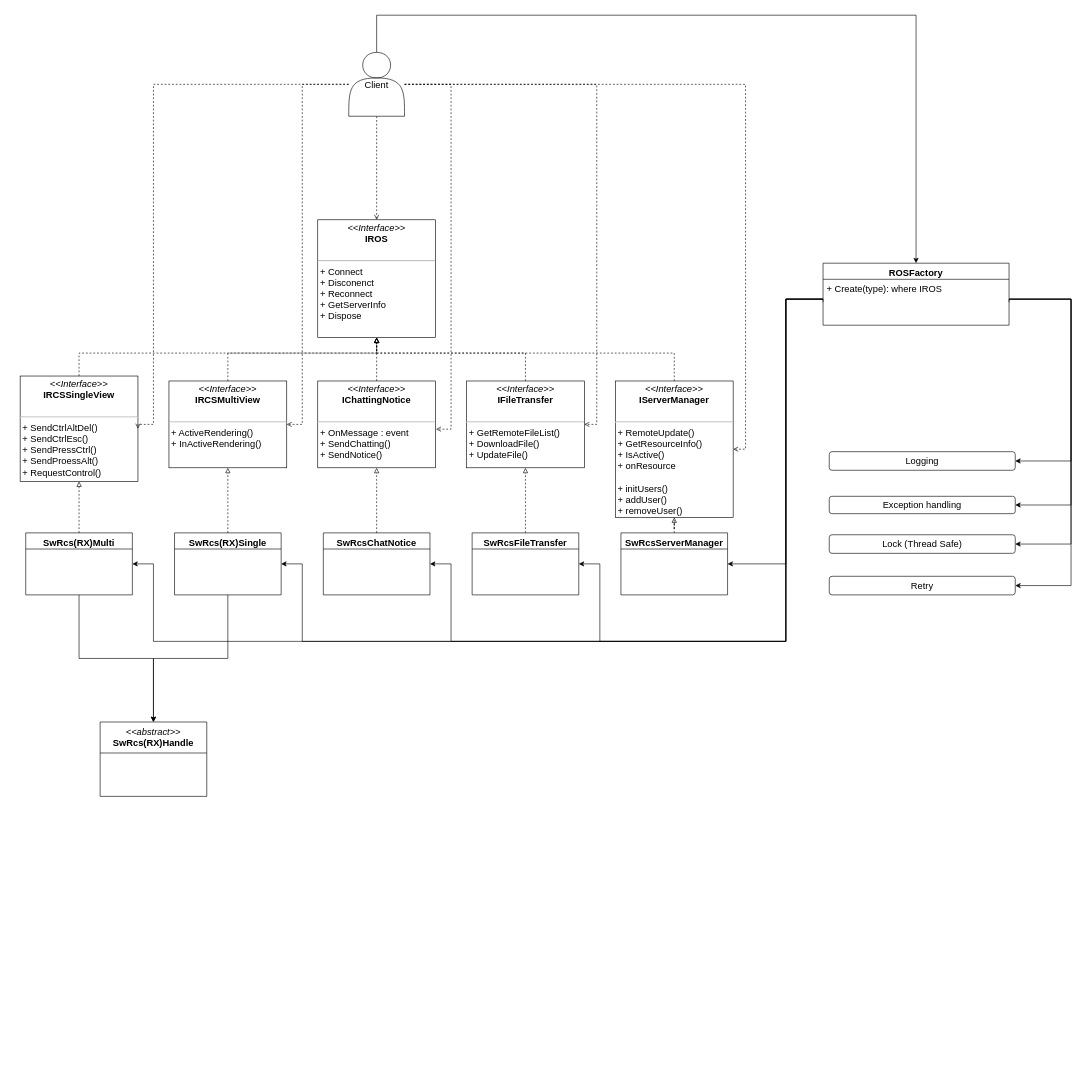
The draw.io diagram UML/mirero/C++/CLI/ROS_Interface.drawio in rhkdguskim/Study, before the edit. Source tidied: cells renumbered, new cells numbered last; positions are measured from the earlier drawing's top-left corner, leaving out a move shared by most shapes. Both pictures are drawn from the tidied source at 62%, with x=0, y=0 at pixel (20, 15).
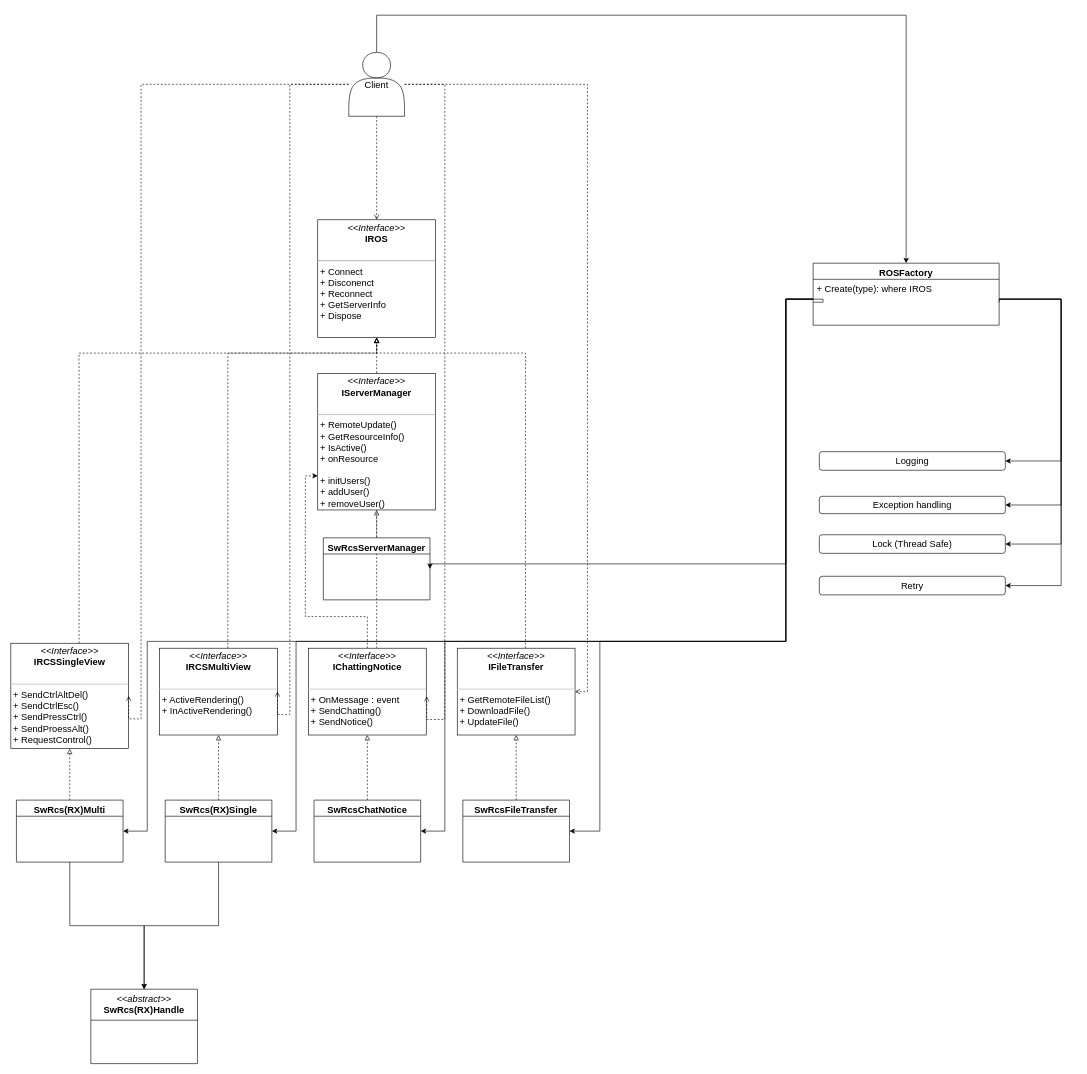
The same diagram, later.

Unchanged cells that the change refers to:
```xml
<mxCell id="2" value="&lt;p style=&quot;margin: 4px 0px 0px; text-align: center; font-size: 15px;&quot;&gt;&lt;i style=&quot;font-size: 15px;&quot;&gt;&amp;lt;&amp;lt;Interface&amp;gt;&amp;gt;&lt;/i&gt;&lt;br style=&quot;font-size: 15px;&quot;&gt;&lt;b style=&quot;font-size: 15px;&quot;&gt;IROS&lt;/b&gt;&lt;/p&gt;&lt;p style=&quot;margin: 0px 0px 0px 4px; font-size: 15px;&quot;&gt;&lt;br style=&quot;font-size: 15px;&quot;&gt;&lt;/p&gt;&lt;hr style=&quot;font-size: 15px;&quot;&gt;&lt;p style=&quot;margin: 0px 0px 0px 4px; font-size: 15px;&quot;&gt;+ Connect&lt;/p&gt;&lt;p style=&quot;margin: 0px 0px 0px 4px; font-size: 15px;&quot;&gt;+ Disconenct&lt;/p&gt;&lt;p style=&quot;margin: 0px 0px 0px 4px; font-size: 15px;&quot;&gt;+ Reconnect&lt;/p&gt;&lt;p style=&quot;margin: 0px 0px 0px 4px; font-size: 15px;&quot;&gt;+ GetServerInfo&lt;/p&gt;&lt;p style=&quot;margin: 0px 0px 0px 4px; font-size: 15px;&quot;&gt;+ Dispose&lt;/p&gt;" style="verticalAlign=top;align=left;overflow=fill;fontSize=15;fontFamily=Helvetica;html=1;rounded=0;shadow=0;comic=0;labelBackgroundColor=none;strokeWidth=1;" parent="1" vertex="1">
  <mxGeometry x="480" y="330" width="190" height="190" as="geometry" />
</mxCell>
<mxCell id="32" value="Client" style="shape=actor;whiteSpace=wrap;html=1;fontSize=15;" parent="1" vertex="1">
  <mxGeometry x="530" y="60" width="90" height="103" as="geometry" />
</mxCell>
<mxCell id="38" value="&lt;font style=&quot;font-size: 15px;&quot;&gt;+ Create(type): where IROS&lt;/font&gt;" style="text;strokeColor=none;fillColor=none;align=left;verticalAlign=top;spacingLeft=4;spacingRight=4;overflow=hidden;points=[[0,0.5],[1,0.5]];portConstraint=eastwest;whiteSpace=wrap;html=1;fontSize=15;" parent="37" vertex="1">
  <mxGeometry y="26" width="300" height="74" as="geometry" />
</mxCell>
```

Diff of the diagram source:
```diff
@@
     <mxCell id="4" value="&lt;p style=&quot;margin: 4px 0px 0px; text-align: center; font-size: 15px;&quot;&gt;&lt;i style=&quot;font-size: 15px;&quot;&gt;&amp;lt;&amp;lt;Interface&amp;gt;&amp;gt;&lt;/i&gt;&lt;br style=&quot;font-size: 15px;&quot;&gt;&lt;b style=&quot;font-size: 15px;&quot;&gt;IRCSSingleView&lt;/b&gt;&lt;/p&gt;&lt;p style=&quot;margin: 0px 0px 0px 4px; font-size: 15px;&quot;&gt;&lt;br style=&quot;font-size: 15px;&quot;&gt;&lt;/p&gt;&lt;hr style=&quot;font-size: 15px;&quot;&gt;&lt;p style=&quot;margin: 0px 0px 0px 4px; font-size: 15px;&quot;&gt;+ SendCtrlAltDel()&lt;/p&gt;&lt;p style=&quot;margin: 0px 0px 0px 4px; font-size: 15px;&quot;&gt;+ SendCtrlEsc()&lt;/p&gt;&lt;p style=&quot;margin: 0px 0px 0px 4px; font-size: 15px;&quot;&gt;+ SendPressCtrl()&lt;/p&gt;&lt;p style=&quot;margin: 0px 0px 0px 4px; font-size: 15px;&quot;&gt;+ SendProessAlt()&lt;/p&gt;&lt;p style=&quot;margin: 0px 0px 0px 4px; font-size: 15px;&quot;&gt;+ RequestControl()&lt;/p&gt;" style="verticalAlign=top;align=left;overflow=fill;fontSize=15;fontFamily=Helvetica;html=1;rounded=0;shadow=0;comic=0;labelBackgroundColor=none;strokeWidth=1;" parent="1" vertex="1">
-      <mxGeometry y="582" width="190" height="170" as="geometry" />
+      <mxGeometry x="-15" y="1013" width="190" height="170" as="geometry" />
     </mxCell>
@@
     <mxCell id="6" value="&lt;p style=&quot;margin: 4px 0px 0px; text-align: center; font-size: 15px;&quot;&gt;&lt;i style=&quot;font-size: 15px;&quot;&gt;&amp;lt;&amp;lt;Interface&amp;gt;&amp;gt;&lt;/i&gt;&lt;br style=&quot;font-size: 15px;&quot;&gt;&lt;b style=&quot;font-size: 15px;&quot;&gt;IRCSMultiView&lt;/b&gt;&lt;/p&gt;&lt;p style=&quot;margin: 0px 0px 0px 4px; font-size: 15px;&quot;&gt;&lt;br style=&quot;font-size: 15px;&quot;&gt;&lt;/p&gt;&lt;hr style=&quot;font-size: 15px;&quot;&gt;&lt;p style=&quot;margin: 0px 0px 0px 4px; font-size: 15px;&quot;&gt;+ ActiveRendering()&lt;/p&gt;&lt;p style=&quot;margin: 0px 0px 0px 4px; font-size: 15px;&quot;&gt;+ InActiveRendering()&lt;/p&gt;" style="verticalAlign=top;align=left;overflow=fill;fontSize=15;fontFamily=Helvetica;html=1;rounded=0;shadow=0;comic=0;labelBackgroundColor=none;strokeWidth=1;" parent="1" vertex="1">
-      <mxGeometry x="240" y="590" width="190" height="140" as="geometry" />
+      <mxGeometry x="225" y="1021" width="190" height="140" as="geometry" />
     </mxCell>
     <mxCell id="7" style="edgeStyle=orthogonalEdgeStyle;rounded=0;jettySize=auto;html=1;entryX=0.5;entryY=1;entryDx=0;entryDy=0;dashed=1;endArrow=block;endFill=0;fontSize=15;" parent="1" edge="1" source="8" target="2">
-      <mxGeometry relative="1" as="geometry" />
+      <mxGeometry relative="1" as="geometry">
+        <Array as="points">
+          <mxPoint x="575" y="1020" />
+          <mxPoint x="575" y="1020" />
+        </Array>
+      </mxGeometry>
     </mxCell>
+    <mxCell id="49" style="edgeStyle=orthogonalEdgeStyle;rounded=0;jettySize=auto;html=1;entryX=0;entryY=0.75;entryDx=0;entryDy=0;dashed=1;" parent="1" edge="1" source="8" target="12">
+      <mxGeometry relative="1" as="geometry">
+        <Array as="points">
+          <mxPoint x="560" y="970" />
+          <mxPoint x="460" y="970" />
+          <mxPoint x="460" y="743" />
+        </Array>
+      </mxGeometry>
+    </mxCell>
     <mxCell id="8" value="&lt;p style=&quot;margin: 4px 0px 0px; text-align: center; font-size: 15px;&quot;&gt;&lt;i style=&quot;font-size: 15px;&quot;&gt;&amp;lt;&amp;lt;Interface&amp;gt;&amp;gt;&lt;/i&gt;&lt;br style=&quot;font-size: 15px;&quot;&gt;&lt;b style=&quot;font-size: 15px;&quot;&gt;IChattingNotice&lt;/b&gt;&lt;/p&gt;&lt;p style=&quot;margin: 0px 0px 0px 4px; font-size: 15px;&quot;&gt;&lt;br style=&quot;font-size: 15px;&quot;&gt;&lt;/p&gt;&lt;hr style=&quot;font-size: 15px;&quot;&gt;&lt;p style=&quot;margin: 0px 0px 0px 4px; font-size: 15px;&quot;&gt;+ OnMessage : event&lt;/p&gt;&lt;p style=&quot;margin: 0px 0px 0px 4px; font-size: 15px;&quot;&gt;+ SendChatting()&lt;/p&gt;&lt;p style=&quot;margin: 0px 0px 0px 4px; font-size: 15px;&quot;&gt;+ SendNotice()&lt;/p&gt;" style="verticalAlign=top;align=left;overflow=fill;fontSize=15;fontFamily=Helvetica;html=1;rounded=0;shadow=0;comic=0;labelBackgroundColor=none;strokeWidth=1;" parent="1" vertex="1">
-      <mxGeometry x="480" y="590" width="190" height="140" as="geometry" />
+      <mxGeometry x="465" y="1021" width="190" height="140" as="geometry" />
     </mxCell>
@@
     <mxCell id="10" value="&lt;p style=&quot;margin: 4px 0px 0px; text-align: center; font-size: 15px;&quot;&gt;&lt;i style=&quot;font-size: 15px;&quot;&gt;&amp;lt;&amp;lt;Interface&amp;gt;&amp;gt;&lt;/i&gt;&lt;br style=&quot;font-size: 15px;&quot;&gt;&lt;b style=&quot;font-size: 15px;&quot;&gt;IFileTransfer&lt;/b&gt;&lt;/p&gt;&lt;p style=&quot;margin: 0px 0px 0px 4px; font-size: 15px;&quot;&gt;&lt;br style=&quot;font-size: 15px;&quot;&gt;&lt;/p&gt;&lt;hr style=&quot;font-size: 15px;&quot;&gt;&lt;p style=&quot;margin: 0px 0px 0px 4px; font-size: 15px;&quot;&gt;+ GetRemoteFileList()&lt;/p&gt;&lt;p style=&quot;margin: 0px 0px 0px 4px; font-size: 15px;&quot;&gt;+ DownloadFile()&lt;/p&gt;&lt;p style=&quot;margin: 0px 0px 0px 4px; font-size: 15px;&quot;&gt;+ UpdateFile()&lt;/p&gt;" style="verticalAlign=top;align=left;overflow=fill;fontSize=15;fontFamily=Helvetica;html=1;rounded=0;shadow=0;comic=0;labelBackgroundColor=none;strokeWidth=1;" parent="1" vertex="1">
-      <mxGeometry x="720" y="590" width="190" height="140" as="geometry" />
+      <mxGeometry x="705" y="1021" width="190" height="140" as="geometry" />
     </mxCell>
-    <mxCell id="11" style="edgeStyle=orthogonalEdgeStyle;rounded=0;jettySize=auto;html=1;dashed=1;endArrow=block;endFill=0;fontSize=15;" parent="1" edge="1" source="12" target="2">
-      <mxGeometry relative="1" as="geometry">
-        <Array as="points">
-          <mxPoint x="1055" y="545" />
-          <mxPoint x="575" y="545" />
-        </Array>
-      </mxGeometry>
-    </mxCell>
     <mxCell id="12" value="&lt;p style=&quot;margin: 4px 0px 0px; text-align: center; font-size: 15px;&quot;&gt;&lt;i style=&quot;font-size: 15px;&quot;&gt;&amp;lt;&amp;lt;Interface&amp;gt;&amp;gt;&lt;/i&gt;&lt;br style=&quot;font-size: 15px;&quot;&gt;&lt;b style=&quot;font-size: 15px;&quot;&gt;IServerManager&lt;/b&gt;&lt;/p&gt;&lt;p style=&quot;margin: 0px 0px 0px 4px; font-size: 15px;&quot;&gt;&lt;br style=&quot;font-size: 15px;&quot;&gt;&lt;/p&gt;&lt;hr style=&quot;font-size: 15px;&quot;&gt;&lt;p style=&quot;margin: 0px 0px 0px 4px; font-size: 15px;&quot;&gt;+ RemoteUpdate()&lt;/p&gt;&lt;p style=&quot;margin: 0px 0px 0px 4px; font-size: 15px;&quot;&gt;+ GetResourceInfo()&lt;/p&gt;&lt;p style=&quot;margin: 0px 0px 0px 4px; font-size: 15px;&quot;&gt;+ IsActive()&lt;/p&gt;&lt;p style=&quot;margin: 0px 0px 0px 4px; font-size: 15px;&quot;&gt;+ onResource&lt;/p&gt;&lt;p style=&quot;margin: 0px 0px 0px 4px; font-size: 15px;&quot;&gt;&lt;br&gt;&lt;/p&gt;&lt;p style=&quot;margin: 0px 0px 0px 4px; font-size: 15px;&quot;&gt;+ initUsers()&lt;/p&gt;&lt;p style=&quot;margin: 0px 0px 0px 4px; font-size: 15px;&quot;&gt;+ addUser()&lt;/p&gt;&lt;p style=&quot;margin: 0px 0px 0px 4px; font-size: 15px;&quot;&gt;+ removeUser()&lt;/p&gt;&lt;p style=&quot;margin: 0px 0px 0px 4px; font-size: 15px;&quot;&gt;&lt;br&gt;&lt;/p&gt;" style="verticalAlign=top;align=left;overflow=fill;fontSize=15;fontFamily=Helvetica;html=1;rounded=0;shadow=0;comic=0;labelBackgroundColor=none;strokeWidth=1;" parent="1" vertex="1">
-      <mxGeometry x="960" y="590" width="190" height="220" as="geometry" />
+      <mxGeometry x="480" y="578" width="190" height="220" as="geometry" />
     </mxCell>
     <mxCell id="13" value="&lt;span style=&quot;font-weight: normal; font-size: 15px;&quot;&gt;&lt;i style=&quot;font-size: 15px;&quot;&gt;&amp;lt;&amp;lt;abstract&amp;gt;&amp;gt;&lt;/i&gt;&lt;/span&gt;&lt;br style=&quot;font-size: 15px;&quot;&gt;SwRcs(RX)Handle" style="swimlane;fontStyle=1;align=center;verticalAlign=top;horizontal=1;startSize=50;whiteSpace=wrap;html=1;fontSize=15;" parent="1" vertex="1">
-      <mxGeometry x="129" y="1140" width="172" height="120" as="geometry" />
+      <mxGeometry x="114" y="1571" width="172" height="120" as="geometry" />
     </mxCell>
@@
     <mxCell id="16" value="SwRcs(RX)Multi" style="swimlane;fontStyle=1;align=center;verticalAlign=top;horizontal=1;startSize=26;whiteSpace=wrap;html=1;fontSize=15;" parent="1" vertex="1">
-      <mxGeometry x="9" y="835" width="172" height="100" as="geometry" />
+      <mxGeometry x="-6" y="1266" width="172" height="100" as="geometry" />
     </mxCell>
@@
     <mxCell id="19" value="SwRcs(RX)Single" style="swimlane;fontStyle=1;align=center;verticalAlign=top;horizontal=1;startSize=26;whiteSpace=wrap;html=1;fontSize=15;" parent="1" vertex="1">
-      <mxGeometry x="249" y="835" width="172" height="100" as="geometry" />
+      <mxGeometry x="234" y="1266" width="172" height="100" as="geometry" />
     </mxCell>
@@
     <mxCell id="21" value="SwRcsChatNotice" style="swimlane;fontStyle=1;align=center;verticalAlign=top;horizontal=1;startSize=26;whiteSpace=wrap;html=1;fontSize=15;" parent="1" vertex="1">
-      <mxGeometry x="489" y="835" width="172" height="100" as="geometry" />
+      <mxGeometry x="474" y="1266" width="172" height="100" as="geometry" />
     </mxCell>
@@
     <mxCell id="23" value="SwRcsFileTransfer" style="swimlane;fontStyle=1;align=center;verticalAlign=top;horizontal=1;startSize=26;whiteSpace=wrap;html=1;fontSize=15;" parent="1" vertex="1">
-      <mxGeometry x="729" y="835" width="172" height="100" as="geometry" />
+      <mxGeometry x="714" y="1266" width="172" height="100" as="geometry" />
     </mxCell>
@@
     <mxCell id="25" value="&lt;font style=&quot;font-size: 15px;&quot;&gt;SwRcsServerManager&lt;/font&gt;" style="swimlane;fontStyle=1;align=center;verticalAlign=top;horizontal=1;startSize=26;whiteSpace=wrap;html=1;fontSize=15;" parent="1" vertex="1">
-      <mxGeometry x="969" y="835" width="172" height="100" as="geometry" />
+      <mxGeometry x="489" y="843" width="172" height="100" as="geometry" />
     </mxCell>
-    <mxCell id="26" style="edgeStyle=orthogonalEdgeStyle;rounded=0;jettySize=auto;html=1;entryX=1;entryY=0.5;entryDx=0;entryDy=0;dashed=1;endArrow=open;endFill=0;fontSize=15;" parent="1" edge="1" source="32" target="12">
-      <mxGeometry relative="1" as="geometry" />
-    </mxCell>
@@
     <mxCell id="28" style="edgeStyle=orthogonalEdgeStyle;rounded=0;jettySize=auto;html=1;entryX=1;entryY=0.5;entryDx=0;entryDy=0;dashed=1;endArrow=open;endFill=0;fontSize=15;" parent="1" edge="1" source="32" target="6">
       <mxGeometry relative="1" as="geometry">
         <Array as="points">
-          <mxPoint x="455" y="112" />
-          <mxPoint x="455" y="660" />
+          <mxPoint x="435" y="112" />
+          <mxPoint x="435" y="1128" />
         </Array>
       </mxGeometry>
     </mxCell>
     <mxCell id="29" style="edgeStyle=orthogonalEdgeStyle;rounded=0;jettySize=auto;html=1;entryX=1;entryY=0.5;entryDx=0;entryDy=0;dashed=1;endArrow=open;endFill=0;fontSize=15;" parent="1" edge="1" source="32" target="4">
       <mxGeometry relative="1" as="geometry">
         <Array as="points">
-          <mxPoint x="215" y="112" />
-          <mxPoint x="215" y="660" />
+          <mxPoint x="195" y="112" />
+          <mxPoint x="195" y="1135" />
         </Array>
       </mxGeometry>
     </mxCell>
@@
     <mxCell id="31" style="edgeStyle=orthogonalEdgeStyle;rounded=0;jettySize=auto;html=1;entryX=0.5;entryY=0;entryDx=0;entryDy=0;fontSize=15;" parent="1" edge="1" source="32" target="37">
       <mxGeometry relative="1" as="geometry">
         <Array as="points">
           <mxPoint x="575" />
-          <mxPoint x="1445" />
+          <mxPoint x="1429" />
         </Array>
       </mxGeometry>
     </mxCell>
@@
     <mxCell id="33" value="Logging" style="rounded=1;whiteSpace=wrap;html=1;fontSize=15;" parent="1" vertex="1">
-      <mxGeometry x="1305" y="704" width="300" height="30" as="geometry" />
+      <mxGeometry x="1289" y="704" width="300" height="30" as="geometry" />
     </mxCell>
     <mxCell id="34" value="Exception handling" style="rounded=1;whiteSpace=wrap;html=1;fontSize=15;" parent="1" vertex="1">
-      <mxGeometry x="1305" y="776" width="300" height="28" as="geometry" />
+      <mxGeometry x="1289" y="776" width="300" height="28" as="geometry" />
     </mxCell>
     <mxCell id="35" value="Retry" style="rounded=1;whiteSpace=wrap;html=1;fontSize=15;" parent="1" vertex="1">
-      <mxGeometry x="1305" y="905" width="300" height="30" as="geometry" />
+      <mxGeometry x="1289" y="905" width="300" height="30" as="geometry" />
     </mxCell>
     <mxCell id="36" value="Lock (Thread Safe)" style="rounded=1;whiteSpace=wrap;html=1;fontSize=15;" parent="1" vertex="1">
-      <mxGeometry x="1305" y="838" width="300" height="30" as="geometry" />
+      <mxGeometry x="1289" y="838" width="300" height="30" as="geometry" />
     </mxCell>
     <mxCell id="37" value="&lt;font style=&quot;font-size: 15px;&quot;&gt;ROSFactory&lt;/font&gt;" style="swimlane;fontStyle=1;align=center;verticalAlign=top;horizontal=1;startSize=26;whiteSpace=wrap;html=1;fontSize=15;" parent="1" vertex="1">
-      <mxGeometry x="1295" y="400" width="300" height="100" as="geometry" />
+      <mxGeometry x="1279" y="400" width="300" height="100" as="geometry" />
     </mxCell>
@@
     <mxCell id="39" style="edgeStyle=orthogonalEdgeStyle;rounded=0;jettySize=auto;html=1;entryX=1.004;entryY=0.555;entryDx=0;entryDy=0;entryPerimeter=0;dashed=1;endArrow=open;endFill=0;fontSize=15;" parent="1" edge="1" source="32" target="8">
       <mxGeometry relative="1" as="geometry">
         <Array as="points">
-          <mxPoint x="695" y="112" />
-          <mxPoint x="695" y="668" />
+          <mxPoint x="685" y="112" />
+          <mxPoint x="685" y="1136" />
         </Array>
       </mxGeometry>
     </mxCell>
@@
     <mxCell id="41" style="edgeStyle=orthogonalEdgeStyle;rounded=0;jettySize=auto;html=1;exitX=0;exitY=0.5;exitDx=0;exitDy=0;entryX=1;entryY=0.5;entryDx=0;entryDy=0;endArrow=classic;endFill=1;fontSize=15;" parent="1" edge="1" source="38" target="23">
       <mxGeometry relative="1" as="geometry">
         <Array as="points">
+          <mxPoint x="1295" y="458" />
           <mxPoint x="1235" y="458" />
           <mxPoint x="1235" y="1010" />
           <mxPoint x="935" y="1010" />
-          <mxPoint x="935" y="885" />
+          <mxPoint x="935" y="1316" />
         </Array>
       </mxGeometry>
     </mxCell>
     <mxCell id="42" style="edgeStyle=orthogonalEdgeStyle;rounded=0;jettySize=auto;html=1;entryX=1;entryY=0.5;entryDx=0;entryDy=0;endArrow=classic;endFill=1;fontSize=15;" parent="1" edge="1" source="38" target="21">
       <mxGeometry relative="1" as="geometry">
         <Array as="points">
           <mxPoint x="1235" y="458" />
           <mxPoint x="1235" y="1010" />
-          <mxPoint x="695" y="1010" />
-          <mxPoint x="695" y="885" />
+          <mxPoint x="685" y="1010" />
+          <mxPoint x="685" y="1316" />
         </Array>
       </mxGeometry>
     </mxCell>
     <mxCell id="43" style="edgeStyle=orthogonalEdgeStyle;rounded=0;jettySize=auto;html=1;fontSize=15;" parent="1" edge="1" source="38" target="33">
       <mxGeometry relative="1" as="geometry">
         <Array as="points">
-          <mxPoint x="1695" y="458" />
-          <mxPoint x="1695" y="719" />
+          <mxPoint x="1679" y="458" />
+          <mxPoint x="1679" y="719" />
         </Array>
       </mxGeometry>
     </mxCell>
     <mxCell id="44" style="edgeStyle=orthogonalEdgeStyle;rounded=0;jettySize=auto;html=1;exitX=1;exitY=0.5;exitDx=0;exitDy=0;fontSize=15;" parent="1" edge="1" source="38" target="34">
       <mxGeometry relative="1" as="geometry">
         <Array as="points">
-          <mxPoint x="1695" y="458" />
-          <mxPoint x="1695" y="790" />
+          <mxPoint x="1679" y="458" />
+          <mxPoint x="1679" y="790" />
         </Array>
       </mxGeometry>
     </mxCell>
     <mxCell id="45" style="edgeStyle=orthogonalEdgeStyle;rounded=0;jettySize=auto;html=1;fontSize=15;" parent="1" edge="1" source="38" target="36">
       <mxGeometry relative="1" as="geometry">
         <Array as="points">
-          <mxPoint x="1695" y="458" />
-          <mxPoint x="1695" y="853" />
+          <mxPoint x="1679" y="458" />
+          <mxPoint x="1679" y="853" />
         </Array>
       </mxGeometry>
     </mxCell>
     <mxCell id="46" style="edgeStyle=orthogonalEdgeStyle;rounded=0;jettySize=auto;html=1;fontSize=15;" parent="1" edge="1" source="38" target="35">
       <mxGeometry relative="1" as="geometry">
         <Array as="points">
-          <mxPoint x="1695" y="458" />
-          <mxPoint x="1695" y="920" />
+          <mxPoint x="1679" y="458" />
+          <mxPoint x="1679" y="920" />
         </Array>
       </mxGeometry>
     </mxCell>
     <mxCell id="47" style="edgeStyle=orthogonalEdgeStyle;rounded=0;jettySize=auto;html=1;entryX=1;entryY=0.5;entryDx=0;entryDy=0;endArrow=classic;endFill=1;fontSize=15;" parent="1" edge="1" source="38" target="19">
       <mxGeometry relative="1" as="geometry">
         <Array as="points">
           <mxPoint x="1235" y="458" />
           <mxPoint x="1235" y="1010" />
-          <mxPoint x="455" y="1010" />
-          <mxPoint x="455" y="885" />
+          <mxPoint x="445" y="1010" />
+          <mxPoint x="445" y="1316" />
         </Array>
       </mxGeometry>
     </mxCell>
     <mxCell id="48" style="edgeStyle=orthogonalEdgeStyle;rounded=0;jettySize=auto;html=1;entryX=1;entryY=0.5;entryDx=0;entryDy=0;endArrow=classic;endFill=1;fontSize=15;" parent="1" edge="1" source="38" target="16">
       <mxGeometry relative="1" as="geometry">
         <Array as="points">
           <mxPoint x="1235" y="458" />
           <mxPoint x="1235" y="1010" />
-          <mxPoint x="215" y="1010" />
-          <mxPoint x="215" y="885" />
+          <mxPoint x="205" y="1010" />
+          <mxPoint x="205" y="1316" />
         </Array>
       </mxGeometry>
     </mxCell>
```
